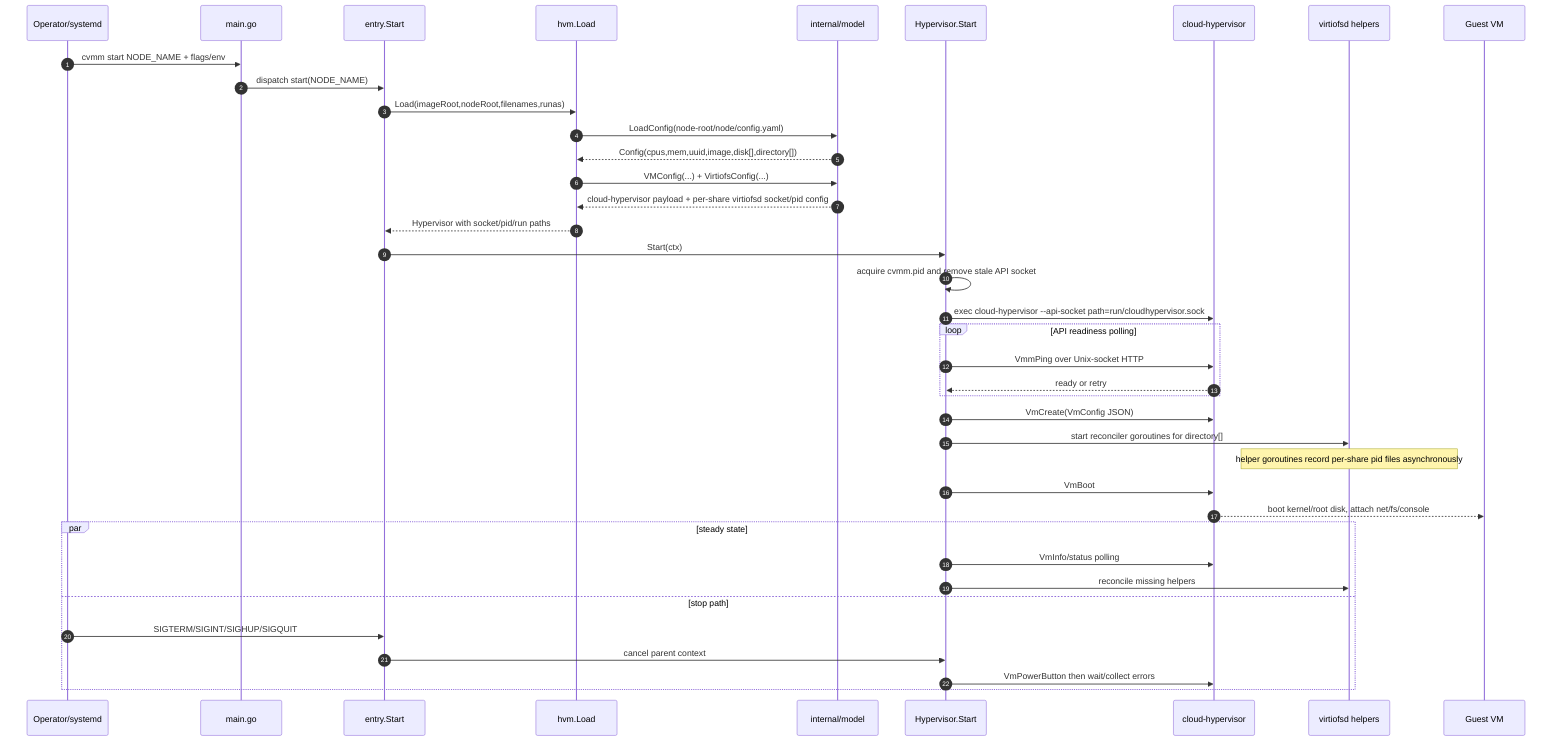
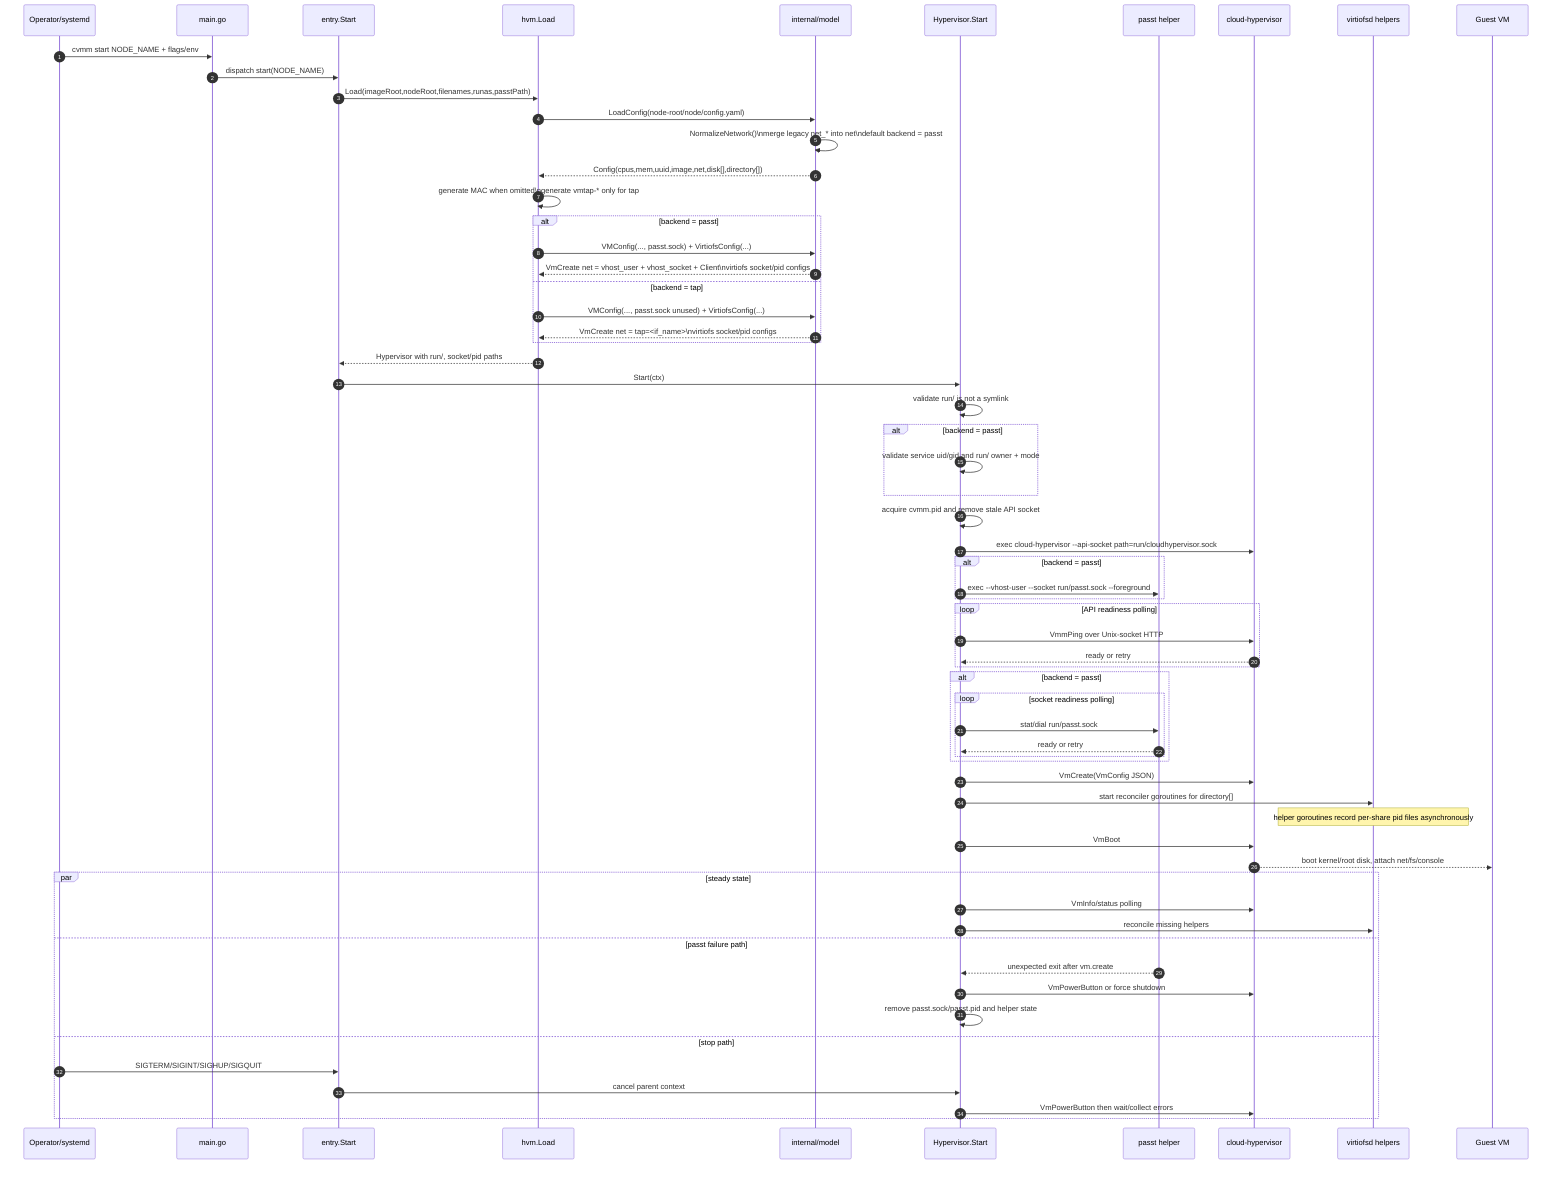
sequenceDiagram
    autonumber
    participant Caller as Operator/systemd
    participant Main as main.go
    participant Entry as entry.Start
    participant Load as hvm.Load
    participant Model as internal/model
    participant HV as Hypervisor.Start
+     participant Passt as passt helper
    participant CH as cloud-hypervisor
    participant VFS as virtiofsd helpers
    participant Guest as Guest VM

    Caller->>Main: cvmm start NODE_NAME + flags/env
    Main->>Entry: dispatch start(NODE_NAME)
-     Entry->>Load: Load(imageRoot,nodeRoot,filenames,runas)
+     Entry->>Load: Load(imageRoot,nodeRoot,filenames,runas,passtPath)
    Load->>Model: LoadConfig(node-root/node/config.yaml)
-     Model-->>Load: Config(cpus,mem,uuid,image,disk[],directory[])
-     Load->>Model: VMConfig(...) + VirtiofsConfig(...)
-     Model-->>Load: cloud-hypervisor payload + per-share virtiofsd socket/pid config
-     Load-->>Entry: Hypervisor with socket/pid/run paths
+     Model->>Model: NormalizeNetwork()\nmerge legacy net_* into net\ndefault backend = passt
+     Model-->>Load: Config(cpus,mem,uuid,image,net,disk[],directory[])
+     Load->>Load: generate MAC when omitted\ngenerate vmtap-* only for tap
+     alt backend = passt
+         Load->>Model: VMConfig(..., passt.sock) + VirtiofsConfig(...)
+         Model-->>Load: VmCreate net = vhost_user + vhost_socket + Client\nvirtiofs socket/pid configs
+     else backend = tap
+         Load->>Model: VMConfig(..., passt.sock unused) + VirtiofsConfig(...)
+         Model-->>Load: VmCreate net = tap=<if_name>\nvirtiofs socket/pid configs
+     end
+     Load-->>Entry: Hypervisor with run/, socket/pid paths
    Entry->>HV: Start(ctx)
+     HV->>HV: validate run/ is not a symlink
+     alt backend = passt
+         HV->>HV: validate service uid/gid and run/ owner + mode
+     end
    HV->>HV: acquire cvmm.pid and remove stale API socket
    HV->>CH: exec cloud-hypervisor --api-socket path=run/cloudhypervisor.sock
+     alt backend = passt
+         HV->>Passt: exec --vhost-user --socket run/passt.sock --foreground
+     end
    loop API readiness polling
        HV->>CH: VmmPing over Unix-socket HTTP
        CH-->>HV: ready or retry
+     end
+     alt backend = passt
+         loop socket readiness polling
+             HV->>Passt: stat/dial run/passt.sock
+             Passt-->>HV: ready or retry
+         end
    end
    HV->>CH: VmCreate(VmConfig JSON)
    HV->>VFS: start reconciler goroutines for directory[]
    Note over VFS: helper goroutines record per-share pid files asynchronously
    HV->>CH: VmBoot
    CH-->>Guest: boot kernel/root disk, attach net/fs/console
    par steady state
        HV->>CH: VmInfo/status polling
        HV->>VFS: reconcile missing helpers
+     and passt failure path
+         Passt-->>HV: unexpected exit after vm.create
+         HV->>CH: VmPowerButton or force shutdown
+         HV->>HV: remove passt.sock/passt.pid and helper state
    and stop path
        Caller->>Entry: SIGTERM/SIGINT/SIGHUP/SIGQUIT
        Entry->>HV: cancel parent context
        HV->>CH: VmPowerButton then wait/collect errors
    end
